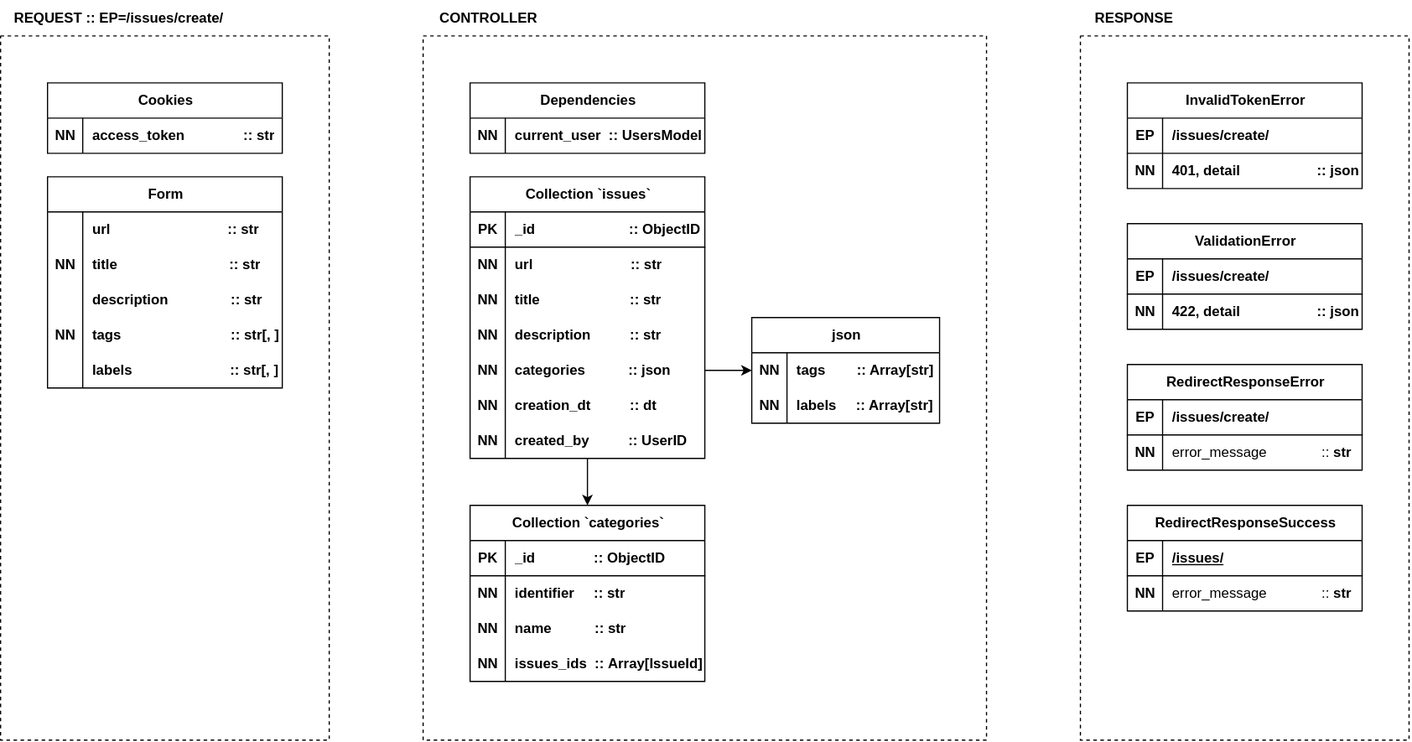
Earlier version of the draw.io export contributors/issues/create/post/Diagram-Create.drawio.svg (ames0k0/Ticket). Source tidied: cells renumbered, new cells last; positions are measured from the earlier drawing's top-left corner, leaving out a move shared by most shapes.
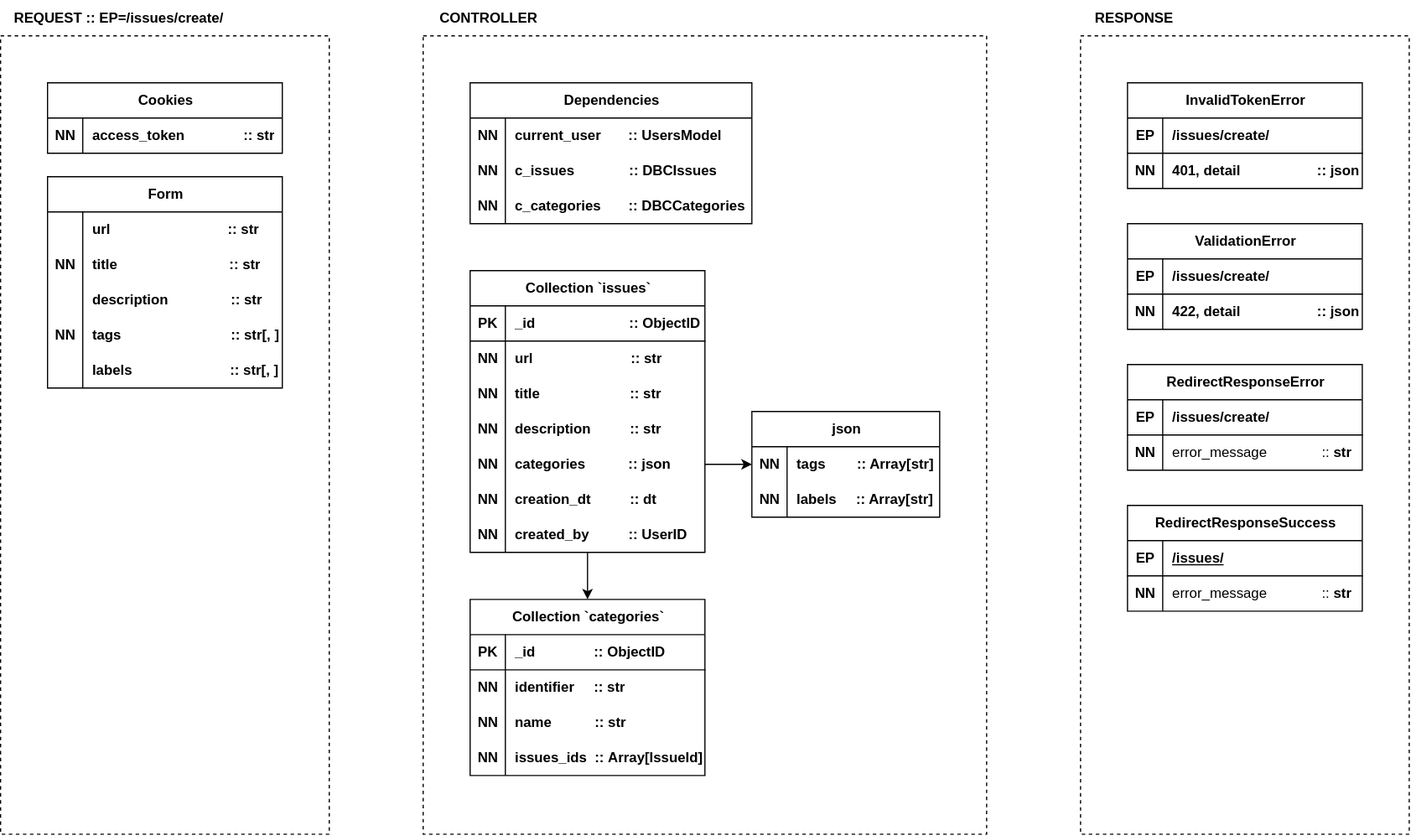
Above is the later version.

Commit message:
[ticket] Contributors: Issues::Create::POST

Diff of the diagram source:
```diff
@@ -54,7 +54,7 @@
       <mxGeometry relative="1" as="geometry" />
     </mxCell>
     <mxCell id="19" value="Collection `issues`" style="shape=table;startSize=30;rowLines=0;fontStyle=1;align=center;html=1;" parent="1" vertex="1">
-      <mxGeometry x="400" y="150" width="200" height="240" as="geometry" />
+      <mxGeometry x="400" y="230" width="200" height="240" as="geometry" />
     </mxCell>
     <mxCell id="20" style="shape=tableRow;horizontal=0;startSize=0;swimlaneHead=0;swimlaneBody=0;fillColor=none;top=0;left=0;right=0;bottom=1;" parent="19" vertex="1">
       <mxGeometry y="30" width="200" height="30" as="geometry" />
@@ -120,7 +120,7 @@
       <mxGeometry x="30" width="170" height="30" as="geometry" />
     </mxCell>
     <mxCell id="41" value="json" style="shape=table;startSize=30;rowLines=0;fontStyle=1;align=center;html=1;" parent="1" vertex="1">
-      <mxGeometry x="640" y="270" width="160" height="90" as="geometry" />
+      <mxGeometry x="640" y="350" width="160" height="90" as="geometry" />
     </mxCell>
     <mxCell id="42" style="shape=tableRow;horizontal=0;startSize=0;swimlaneHead=0;swimlaneBody=0;fillColor=none;top=0;left=0;right=0;bottom=0;" parent="41" vertex="1">
       <mxGeometry y="30" width="160" height="30" as="geometry" />
@@ -144,7 +144,7 @@
       <mxGeometry relative="1" as="geometry" />
     </mxCell>
     <mxCell id="49" value="Collection `categories`" style="shape=table;startSize=30;rowLines=0;fontStyle=1;align=center;html=1;" parent="1" vertex="1">
-      <mxGeometry x="400" y="430" width="200" height="150" as="geometry" />
+      <mxGeometry x="400" y="510" width="200" height="150" as="geometry" />
     </mxCell>
     <mxCell id="50" style="shape=tableRow;horizontal=0;startSize=0;swimlaneHead=0;swimlaneBody=0;fillColor=none;top=0;left=0;right=0;bottom=1;" parent="49" vertex="1">
       <mxGeometry y="30" width="200" height="30" as="geometry" />
@@ -230,8 +230,8 @@
         <mxPoint y="30" as="targetPoint" />
         <Array as="points">
           <mxPoint x="280" y="30" />
-          <mxPoint x="280" y="630" />
-          <mxPoint y="630" />
+          <mxPoint x="280" y="710" />
+          <mxPoint y="710" />
         </Array>
       </mxGeometry>
     </mxCell>
@@ -241,8 +241,8 @@
         <mxPoint x="360" y="30" as="targetPoint" />
         <Array as="points">
           <mxPoint x="840" y="30" />
-          <mxPoint x="840" y="630" />
-          <mxPoint x="360" y="630" />
+          <mxPoint x="840" y="710" />
+          <mxPoint x="360" y="710" />
         </Array>
       </mxGeometry>
     </mxCell>
@@ -255,8 +255,8 @@
         <mxPoint x="920" y="30" as="targetPoint" />
         <Array as="points">
           <mxPoint x="1200" y="30" />
-          <mxPoint x="1200" y="630" />
-          <mxPoint x="920" y="630" />
+          <mxPoint x="1200" y="710" />
+          <mxPoint x="920" y="710" />
         </Array>
       </mxGeometry>
     </mxCell>
@@ -279,17 +279,35 @@
       <mxGeometry x="30" width="170" height="30" as="geometry" />
     </mxCell>
     <mxCell id="86" value="Dependencies" style="shape=table;startSize=30;rowLines=0;fontStyle=1;align=center;html=1;" parent="1" vertex="1">
-      <mxGeometry x="400" y="70" width="200" height="60" as="geometry" />
+      <mxGeometry x="400" y="70" width="240" height="120" as="geometry" />
     </mxCell>
     <mxCell id="87" style="shape=tableRow;horizontal=0;startSize=0;swimlaneHead=0;swimlaneBody=0;fillColor=none;top=0;left=0;right=0;bottom=0;" parent="86" vertex="1">
-      <mxGeometry y="30" width="200" height="30" as="geometry" />
+      <mxGeometry y="30" width="240" height="30" as="geometry" />
     </mxCell>
     <mxCell id="88" value="&lt;b&gt;NN&lt;/b&gt;" style="shape=partialRectangle;fillColor=none;top=0;left=0;bottom=0;right=0;overflow=hidden;whiteSpace=wrap;html=1;" parent="87" vertex="1">
       <mxGeometry width="30" height="30" as="geometry" />
     </mxCell>
-    <mxCell id="89" value="current_user&amp;nbsp; :: UsersModel" style="shape=partialRectangle;fillColor=none;top=0;left=0;bottom=0;right=0;align=left;spacingLeft=6;overflow=hidden;whiteSpace=wrap;html=1;fontStyle=1;" parent="87" vertex="1">
-      <mxGeometry x="30" width="170" height="30" as="geometry" />
+    <mxCell id="89" value="current_user&amp;nbsp; &amp;nbsp; &amp;nbsp; &amp;nbsp;:: UsersModel" style="shape=partialRectangle;fillColor=none;top=0;left=0;bottom=0;right=0;align=left;spacingLeft=6;overflow=hidden;whiteSpace=wrap;html=1;fontStyle=1;" parent="87" vertex="1">
+      <mxGeometry x="30" width="210" height="30" as="geometry" />
     </mxCell>
+    <mxCell id="104" style="shape=tableRow;horizontal=0;startSize=0;swimlaneHead=0;swimlaneBody=0;fillColor=none;top=0;left=0;right=0;bottom=0;" parent="86" vertex="1">
+      <mxGeometry y="60" width="240" height="30" as="geometry" />
+    </mxCell>
+    <mxCell id="105" value="&lt;b&gt;NN&lt;/b&gt;" style="shape=partialRectangle;fillColor=none;top=0;left=0;bottom=0;right=0;overflow=hidden;whiteSpace=wrap;html=1;" parent="104" vertex="1">
+      <mxGeometry width="30" height="30" as="geometry" />
+    </mxCell>
+    <mxCell id="106" value="c_issues&amp;nbsp; &amp;nbsp; &amp;nbsp; &amp;nbsp; &amp;nbsp; &amp;nbsp; &amp;nbsp; :: DBCIssues" style="shape=partialRectangle;fillColor=none;top=0;left=0;bottom=0;right=0;align=left;spacingLeft=6;overflow=hidden;whiteSpace=wrap;html=1;fontStyle=1;" parent="104" vertex="1">
+      <mxGeometry x="30" width="210" height="30" as="geometry" />
+    </mxCell>
+    <mxCell id="107" style="shape=tableRow;horizontal=0;startSize=0;swimlaneHead=0;swimlaneBody=0;fillColor=none;top=0;left=0;right=0;bottom=0;" parent="86" vertex="1">
+      <mxGeometry y="90" width="240" height="30" as="geometry" />
+    </mxCell>
+    <mxCell id="108" value="NN" style="shape=partialRectangle;fillColor=none;top=0;left=0;bottom=0;right=0;overflow=hidden;whiteSpace=wrap;html=1;fontStyle=1;" parent="107" vertex="1">
+      <mxGeometry width="30" height="30" as="geometry" />
+    </mxCell>
+    <mxCell id="109" value="c_categories&amp;nbsp; &amp;nbsp; &amp;nbsp; &amp;nbsp;:: DBCCategories" style="shape=partialRectangle;fillColor=none;top=0;left=0;bottom=0;right=0;align=left;spacingLeft=6;overflow=hidden;whiteSpace=wrap;html=1;fontStyle=1;" parent="107" vertex="1">
+      <mxGeometry x="30" width="210" height="30" as="geometry" />
+    </mxCell>
     <mxCell id="90" value="InvalidTokenError" style="shape=table;startSize=30;rowLines=0;fontStyle=1;align=center;html=1;" parent="1" vertex="1">
       <mxGeometry x="960" y="70" width="200" height="90" as="geometry" />
     </mxCell>
```
